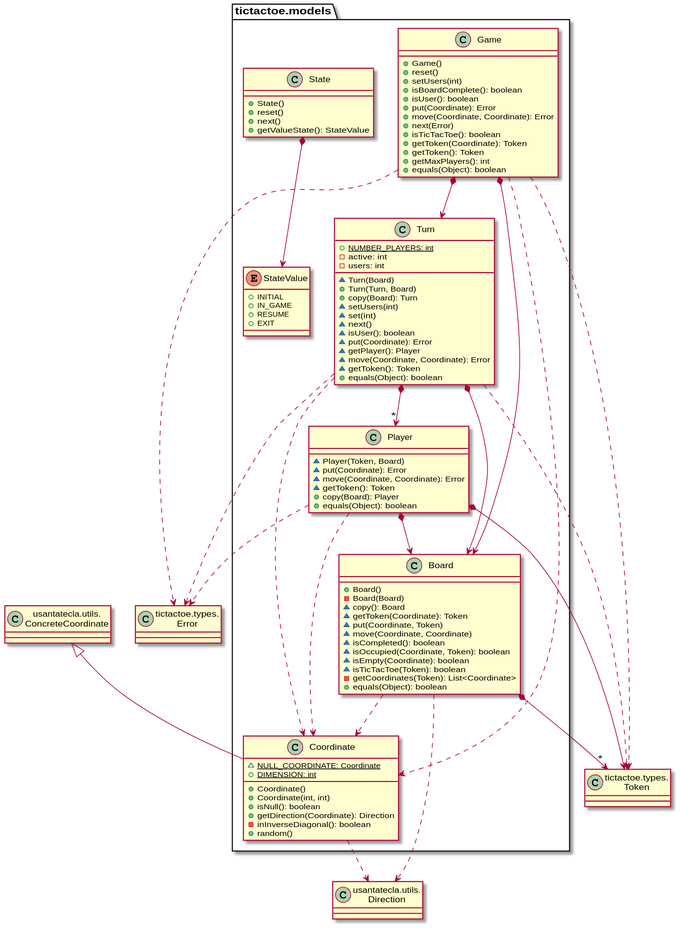
This is modelViewPresenter/presentationModel/withComposite/docs/diagrams/out/paquetes/paqueteTicTacToeModels.svg from Jolucaa/USantaTecla-project-ticTacToe, a PlantUML export, as it was before one commit. The source it was exported from:
```plantuml
@startuml
class ConcreteCoordinate as "usantatecla.utils.\nConcreteCoordinate" {}
class Direction as "usantatecla.utils.\nDirection" {}
class Error as "tictactoe.types.\nError" {}
class Token as "tictactoe.types.\nToken" {}

class tictactoe.models.Board{
  + Board()
  - Board(Board)
  ~ copy(): Board
  ~ getToken(Coordinate): Token
  ~ put(Coordinate, Token)
  ~ move(Coordinate, Coordinate)
  ~ isCompleted(): boolean
  ~ isOccupied(Coordinate, Token): boolean
  ~ isEmpty(Coordinate): boolean
  ~ isTicTacToe(Token): boolean
  - getCoordinates(Token): List<Coordinate>
  + equals(Object): boolean
}

tictactoe.models.Board *-down-> "*" Token
tictactoe.models.Board .down.> tictactoe.models.Coordinate
tictactoe.models.Board .down.> Direction

class tictactoe.models.Coordinate{
  ~ {static} NULL_COORDINATE: Coordinate
  + {static} DIMENSION: int
  + Coordinate()
  + Coordinate(int, int)
  + isNull(): boolean
  + getDirection(Coordinate): Direction
  - inInverseDiagonal(): boolean
  + random()
}
ConcreteCoordinate <|-down- tictactoe.models.Coordinate
tictactoe.models.Coordinate .down.> Direction

class tictactoe.models.Game{
  + Game()
  + reset()
  + setUsers(int)
  + isBoardComplete(): boolean
  + isUser(): boolean
  + put(Coordinate): Error
  + move(Coordinate, Coordinate): Error
  + next(Error)
  + isTicTacToe(): boolean
  + getToken(Coordinate): Token
  + getToken(): Token
  + getMaxPlayers(): int
  + equals(Object): boolean
}
tictactoe.models.Game *-down-> tictactoe.models.Board
tictactoe.models.Game *-down-> tictactoe.models.Turn
tictactoe.models.Game .down.> tictactoe.models.Coordinate
tictactoe.models.Game .down.> Error
tictactoe.models.Game .down.> Token

class tictactoe.models.Player{
  ~ Player(Token, Board)
  ~ put(Coordinate): Error
  ~ move(Coordinate, Coordinate): Error
  ~ getToken(): Token
  + copy(Board): Player
  + equals(Object): boolean
}
tictactoe.models.Player *-down-> Token
tictactoe.models.Player *-down-> tictactoe.models.Board
tictactoe.models.Player .down.> tictactoe.models.Coordinate
tictactoe.models.Player .down.> Error

class tictactoe.models.State{
  + State()
  + reset()
  + next()
  + getValueState(): StateValue
}
tictactoe.models.State *-down-> tictactoe.models.StateValue

enum tictactoe.models.StateValue{
  + INITIAL
  + IN_GAME
  + RESUME
  + EXIT
}

class tictactoe.models.Turn{
  + {static} NUMBER_PLAYERS: int
  - active: int
  - users: int
  ~ Turn(Board)
  + Turn(Turn, Board)
  + copy(Board): Turn
  ~ setUsers(int)
  ~ set(int)
  ~ next()
  ~ isUser(): boolean
  ~ put(Coordinate): Error
  ~ getPlayer(): Player
  ~ move(Coordinate, Coordinate): Error
  ~ getToken(): Token
  + equals(Object): boolean
}

tictactoe.models.Turn *-down-> "*" tictactoe.models.Player
tictactoe.models.Turn *-down-> tictactoe.models.Board
tictactoe.models.Turn .down.-> Token
tictactoe.models.Turn .down.-> tictactoe.models.Coordinate
tictactoe.models.Turn .down.-> Error
@enduml
```
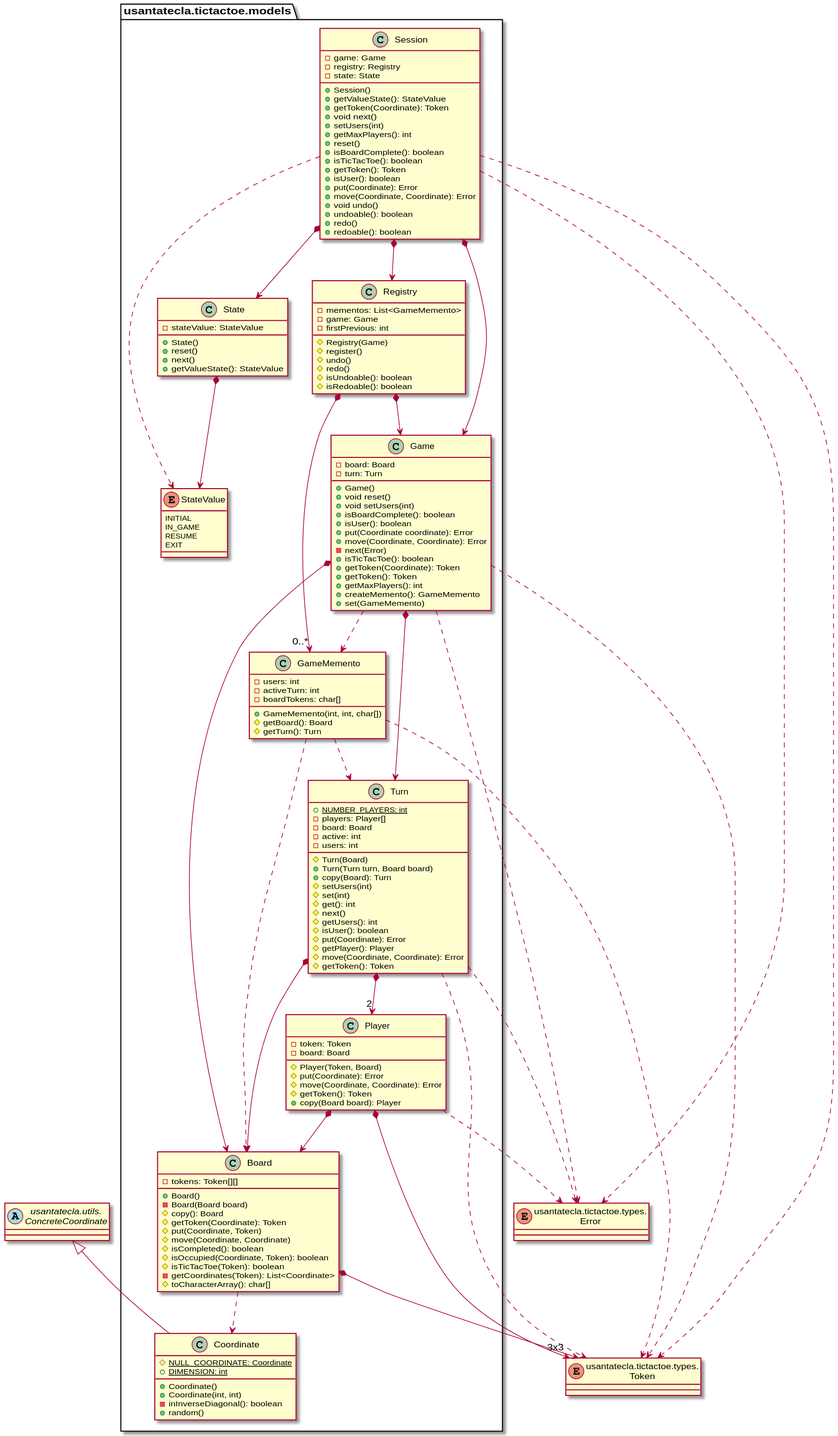
Above is the later version.

Commit message:
[mvp.pm.withComposite] terminar documentación + refactor GameMemento

Diff of the diagram source:
```diff
@@ -1,111 +1,203 @@
 @startuml
-class ConcreteCoordinate as "usantatecla.utils.\nConcreteCoordinate" {}
-class Direction as "usantatecla.utils.\nDirection" {}
-class Error as "tictactoe.types.\nError" {}
-class Token as "tictactoe.types.\nToken" {}
+abstract class ConcreteCoordinate as "usantatecla.utils.\nConcreteCoordinate"
+enum Token as "usantatecla.tictactoe.types.\nToken"
+enum Error as "usantatecla.tictactoe.types.\nError"
 
-class tictactoe.models.Board{
-  + Board()
-  - Board(Board)
-  ~ copy(): Board
-  ~ getToken(Coordinate): Token
-  ~ put(Coordinate, Token)
-  ~ move(Coordinate, Coordinate)
-  ~ isCompleted(): boolean
-  ~ isOccupied(Coordinate, Token): boolean
-  ~ isEmpty(Coordinate): boolean
-  ~ isTicTacToe(Token): boolean
-  - getCoordinates(Token): List<Coordinate>
-  + equals(Object): boolean
+class usantatecla.tictactoe.models.Coordinate {
+
+    # {static} NULL_COORDINATE: Coordinate
+    + {static} DIMENSION: int
+
+    + Coordinate()
+    + Coordinate(int, int)
+    - inInverseDiagonal(): boolean
+    + random()
+
 }
 
-tictactoe.models.Board *-down-> "*" Token
-tictactoe.models.Board .down.> tictactoe.models.Coordinate
-tictactoe.models.Board .down.> Direction
+ConcreteCoordinate <|-down- usantatecla.tictactoe.models.Coordinate
 
-class tictactoe.models.Coordinate{
-  ~ {static} NULL_COORDINATE: Coordinate
-  + {static} DIMENSION: int
-  + Coordinate()
-  + Coordinate(int, int)
-  + isNull(): boolean
-  + getDirection(Coordinate): Direction
-  - inInverseDiagonal(): boolean
-  + random()
-}
-ConcreteCoordinate <|-down- tictactoe.models.Coordinate
-tictactoe.models.Coordinate .down.> Direction
+enum usantatecla.tictactoe.models.StateValue {
 
-class tictactoe.models.Game{
-  + Game()
-  + reset()
-  + setUsers(int)
-  + isBoardComplete(): boolean
-  + isUser(): boolean
-  + put(Coordinate): Error
-  + move(Coordinate, Coordinate): Error
-  + next(Error)
-  + isTicTacToe(): boolean
-  + getToken(Coordinate): Token
-  + getToken(): Token
-  + getMaxPlayers(): int
-  + equals(Object): boolean
-}
-tictactoe.models.Game *-down-> tictactoe.models.Board
-tictactoe.models.Game *-down-> tictactoe.models.Turn
-tictactoe.models.Game .down.> tictactoe.models.Coordinate
-tictactoe.models.Game .down.> Error
-tictactoe.models.Game .down.> Token
+    INITIAL
+    IN_GAME
+    RESUME
+    EXIT
 
-class tictactoe.models.Player{
-  ~ Player(Token, Board)
-  ~ put(Coordinate): Error
-  ~ move(Coordinate, Coordinate): Error
-  ~ getToken(): Token
-  + copy(Board): Player
-  + equals(Object): boolean
-}
-tictactoe.models.Player *-down-> Token
-tictactoe.models.Player *-down-> tictactoe.models.Board
-tictactoe.models.Player .down.> tictactoe.models.Coordinate
-tictactoe.models.Player .down.> Error
-
-class tictactoe.models.State{
-  + State()
-  + reset()
-  + next()
-  + getValueState(): StateValue
-}
-tictactoe.models.State *-down-> tictactoe.models.StateValue
-
-enum tictactoe.models.StateValue{
-  + INITIAL
-  + IN_GAME
-  + RESUME
-  + EXIT
 }
 
-class tictactoe.models.Turn{
-  + {static} NUMBER_PLAYERS: int
-  - active: int
-  - users: int
-  ~ Turn(Board)
-  + Turn(Turn, Board)
-  + copy(Board): Turn
-  ~ setUsers(int)
-  ~ set(int)
-  ~ next()
-  ~ isUser(): boolean
-  ~ put(Coordinate): Error
-  ~ getPlayer(): Player
-  ~ move(Coordinate, Coordinate): Error
-  ~ getToken(): Token
-  + equals(Object): boolean
+class usantatecla.tictactoe.models.State {
+
+    - stateValue: StateValue
+
+    + State()
+    + reset()
+    + next()
+    + getValueState(): StateValue
+
 }
 
-tictactoe.models.Turn *-down-> "*" tictactoe.models.Player
-tictactoe.models.Turn *-down-> tictactoe.models.Board
-tictactoe.models.Turn .down.-> Token
-tictactoe.models.Turn .down.-> tictactoe.models.Coordinate
-tictactoe.models.Turn .down.-> Error
+usantatecla.tictactoe.models.State *-down-> usantatecla.tictactoe.models.StateValue
+
+class usantatecla.tictactoe.models.Board {
+
+    - tokens: Token[][]
+
+    + Board()
+    - Board(Board board)
+    # copy(): Board
+    # getToken(Coordinate): Token
+    # put(Coordinate, Token)
+    # move(Coordinate, Coordinate)
+    # isCompleted(): boolean
+    # isOccupied(Coordinate, Token): boolean
+    # isTicTacToe(Token): boolean
+    - getCoordinates(Token): List<Coordinate>
+    # toCharacterArray(): char[]
+
+}
+
+usantatecla.tictactoe.models.Board *-down-> "3x3" Token
+usantatecla.tictactoe.models.Board .down.> usantatecla.tictactoe.models.Coordinate
+
+class usantatecla.tictactoe.models.Player {
+
+    - token: Token
+    - board: Board
+
+    # Player(Token, Board)
+    # put(Coordinate): Error
+    # move(Coordinate, Coordinate): Error
+    # getToken(): Token
+    + copy(Board board): Player
+
+}
+
+usantatecla.tictactoe.models.Player *-down-> Token
+usantatecla.tictactoe.models.Player *-down-> usantatecla.tictactoe.models.Board
+usantatecla.tictactoe.models.Player .down.> Error
+
+class usantatecla.tictactoe.models.Turn {
+
+    + {static} NUMBER_PLAYERS: int
+    - players: Player[]
+    - board: Board
+    - active: int
+    - users: int
+
+    # Turn(Board)
+    + Turn(Turn turn, Board board)
+    + copy(Board): Turn
+    #setUsers(int)
+    # set(int)
+    # get(): int
+    # next()
+    # getUsers(): int
+    # isUser(): boolean
+    #put(Coordinate): Error
+    # getPlayer(): Player
+    # move(Coordinate, Coordinate): Error
+    # getToken(): Token
+
+}
+
+usantatecla.tictactoe.models.Turn .down.> Token
+usantatecla.tictactoe.models.Turn *-down-> usantatecla.tictactoe.models.Board
+usantatecla.tictactoe.models.Turn *-down-> "2" usantatecla.tictactoe.models.Player
+usantatecla.tictactoe.models.Turn .down.> Error
+
+class usantatecla.tictactoe.models.GameMemento {
+
+    - users: int
+    - activeTurn: int
+    - boardTokens: char[]
+
+    + GameMemento(int, int, char[])
+    # getBoard(): Board
+    # getTurn(): Turn
+
+}
+
+usantatecla.tictactoe.models.GameMemento .down.> usantatecla.tictactoe.models.Board
+usantatecla.tictactoe.models.GameMemento .down.> usantatecla.tictactoe.models.Turn
+usantatecla.tictactoe.models.GameMemento .down.> Token
+
+class usantatecla.tictactoe.models.Registry {
+
+    - mementos: List<GameMemento>
+    - game: Game
+    - firstPrevious: int
+
+    # Registry(Game)
+    # register()
+    # undo()
+    # redo()
+    # isUndoable(): boolean
+    # isRedoable(): boolean
+
+}
+
+usantatecla.tictactoe.models.Registry *-down-> usantatecla.tictactoe.models.Game
+usantatecla.tictactoe.models.Registry *-down-> "0..*" usantatecla.tictactoe.models.GameMemento
+
+class usantatecla.tictactoe.models.Game {
+
+    -board: Board
+    -turn: Turn
+
+    + Game()
+    + void reset()
+    + void setUsers(int)
+    + isBoardComplete(): boolean
+    + isUser(): boolean
+    + put(Coordinate coordinate): Error
+    + move(Coordinate, Coordinate): Error
+    - next(Error)
+    + isTicTacToe(): boolean
+    + getToken(Coordinate): Token
+    + getToken(): Token
+    + getMaxPlayers(): int
+    + createMemento(): GameMemento
+    + set(GameMemento)
+
+}
+
+usantatecla.tictactoe.models.Game *-down-> usantatecla.tictactoe.models.Board
+usantatecla.tictactoe.models.Game *-down-> usantatecla.tictactoe.models.Turn
+usantatecla.tictactoe.models.Game .down.> Error
+usantatecla.tictactoe.models.Game .down.> Token
+usantatecla.tictactoe.models.Game .down.> usantatecla.tictactoe.models.GameMemento
+
+class usantatecla.tictactoe.models.Session {
+
+    - game: Game
+    - registry: Registry
+    - state: State
+
+    + Session()
+    + getValueState(): StateValue
+    + getToken(Coordinate): Token
+    + void next()
+    + setUsers(int)
+    + getMaxPlayers(): int
+    + reset()
+    + isBoardComplete(): boolean
+    + isTicTacToe(): boolean
+    + getToken(): Token
+    + isUser(): boolean
+    + put(Coordinate): Error
+    + move(Coordinate, Coordinate): Error
+    + void undo()
+    + undoable(): boolean
+    + redo()
+    + redoable(): boolean
+
+}
+
+usantatecla.tictactoe.models.Session *-down-> usantatecla.tictactoe.models.Game
+usantatecla.tictactoe.models.Session *-down-> usantatecla.tictactoe.models.State
+usantatecla.tictactoe.models.Session *-down-> usantatecla.tictactoe.models.Registry
+usantatecla.tictactoe.models.Session .down.> Token
+usantatecla.tictactoe.models.Session .down.> usantatecla.tictactoe.models.StateValue
+usantatecla.tictactoe.models.Session .down.> Error
 @enduml
```
